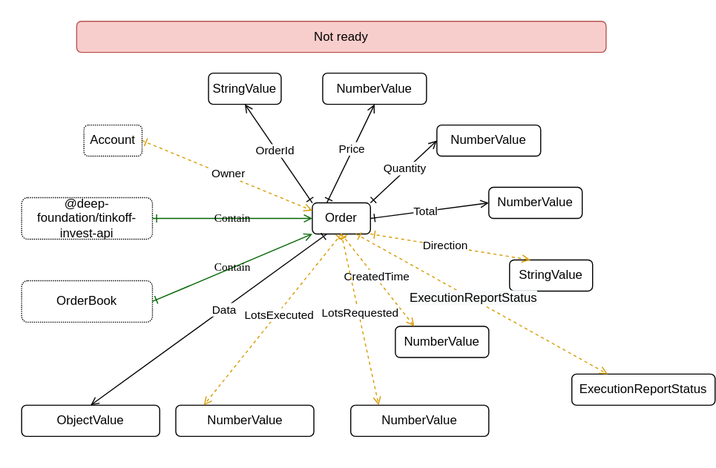
Earlier version of the draw.io export src/order/Order.drawio.svg (suenot/deep-tinkoff-invest-api). Source tidied: cells renumbered, new cells last; positions are measured from the earlier drawing's top-left corner, leaving out a move shared by most shapes.
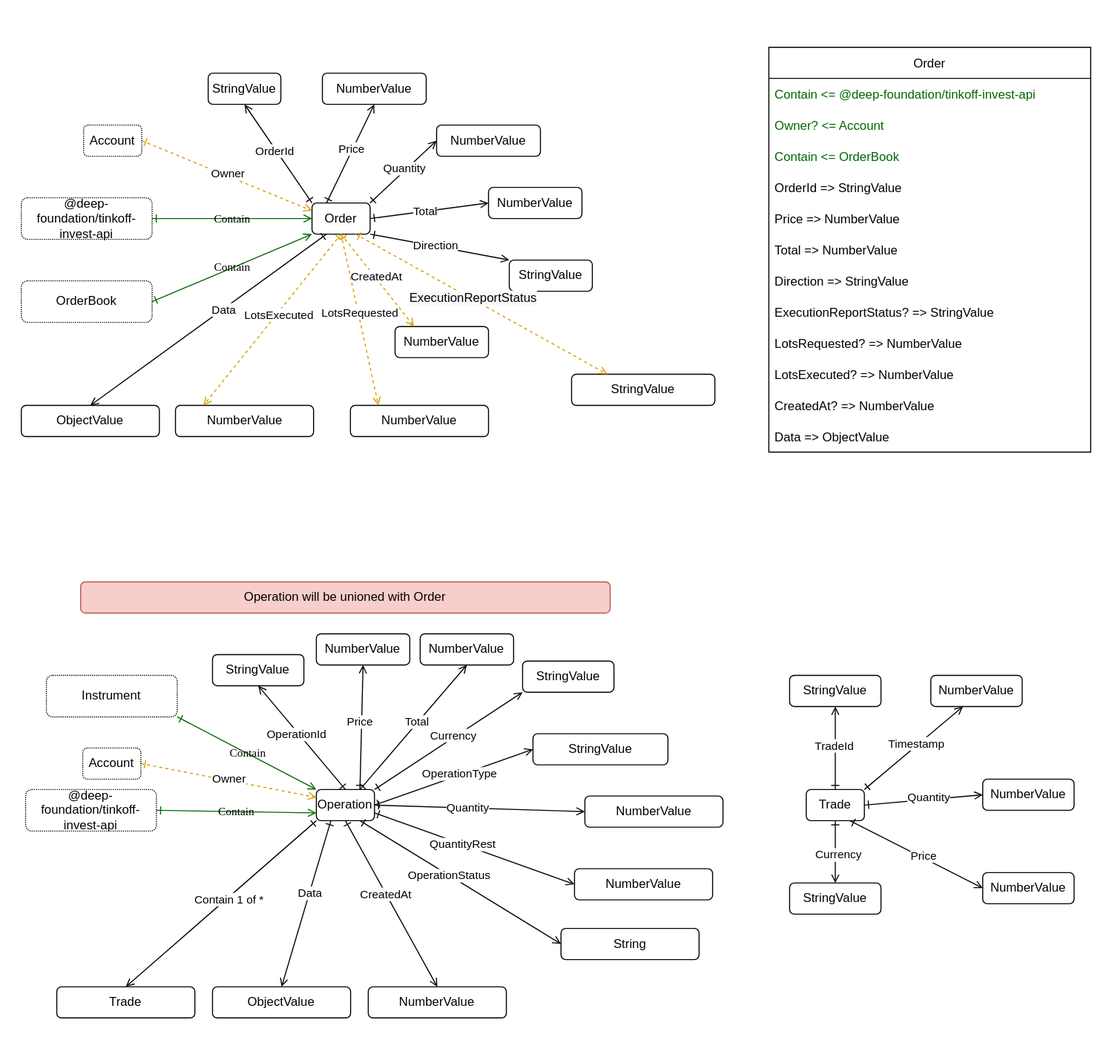
The same file after the commit.

The edit, as a diff of the source:
```diff
@@ -3,7 +3,7 @@
     <mxCell id="0" />
     <mxCell id="1" parent="0" />
     <mxCell id="2" style="rounded=0;whiteSpace=wrap;html=1;strokeColor=none;" parent="1" vertex="1">
-      <mxGeometry width="610" height="450" as="geometry" />
+      <mxGeometry width="1070" height="1020" as="geometry" />
     </mxCell>
     <mxCell id="3" style="edgeStyle=none;html=1;exitX=1;exitY=0;exitDx=0;exitDy=0;entryX=0;entryY=0.5;entryDx=0;entryDy=0;startArrow=ERone;startFill=0;endArrow=open;endFill=0;" parent="1" edge="1" source="5" target="6">
       <mxGeometry relative="1" as="geometry" />
@@ -29,7 +29,7 @@
     <mxCell id="10" value="StringValue" style="rounded=1;whiteSpace=wrap;html=1;labelBackgroundColor=none;" parent="1" vertex="1">
       <mxGeometry x="490" y="250" width="80" height="30" as="geometry" />
     </mxCell>
-    <mxCell id="11" style="edgeStyle=none;html=1;exitX=1;exitY=1;exitDx=0;exitDy=0;startArrow=ERone;startFill=0;entryX=0.25;entryY=0;entryDx=0;entryDy=0;endArrow=open;endFill=0;dashed=1;strokeColor=#D79B00;" parent="1" edge="1" source="5" target="10">
+    <mxCell id="11" style="edgeStyle=none;html=1;exitX=1;exitY=1;exitDx=0;exitDy=0;startArrow=ERone;startFill=0;entryX=0;entryY=0;entryDx=0;entryDy=0;endArrow=open;endFill=0;strokeColor=#000000;" parent="1" edge="1" source="5" target="10">
       <mxGeometry relative="1" as="geometry" />
     </mxCell>
     <mxCell id="12" value="Direction" style="edgeLabel;html=1;align=center;verticalAlign=middle;" parent="11" vertex="1">
@@ -65,7 +65,7 @@
     <mxCell id="22" style="edgeStyle=none;html=1;exitX=0.5;exitY=1;exitDx=0;exitDy=0;startArrow=ERone;startFill=0;entryX=0.203;entryY=0;entryDx=0;entryDy=0;endArrow=open;endFill=0;entryPerimeter=0;dashed=1;strokeColor=#D79B00;" parent="1" edge="1" source="5" target="21">
       <mxGeometry relative="1" as="geometry" />
     </mxCell>
-    <mxCell id="23" value="CreatedTime" style="edgeLabel;html=1;align=center;verticalAlign=middle;" parent="22" vertex="1">
+    <mxCell id="23" value="CreatedAt" style="edgeLabel;html=1;align=center;verticalAlign=middle;" parent="22" vertex="1">
       <mxGeometry x="-0.07" y="1" relative="1" as="geometry" />
     </mxCell>
     <mxCell id="24" value="OrderBook" style="rounded=1;whiteSpace=wrap;html=1;labelBackgroundColor=none;dashed=1;dashPattern=1 1;" parent="1" vertex="1">
@@ -101,8 +101,8 @@
     <mxCell id="34" value="LotsExecuted" style="edgeLabel;html=1;align=center;verticalAlign=middle;" parent="33" vertex="1">
       <mxGeometry x="-0.07" y="1" relative="1" as="geometry" />
     </mxCell>
-    <mxCell id="35" value="Not ready" style="rounded=1;whiteSpace=wrap;html=1;labelBackgroundColor=none;fillColor=#f8cecc;strokeColor=#b85450;" parent="1" vertex="1">
-      <mxGeometry x="73" y="20" width="510" height="30" as="geometry" />
+    <mxCell id="35" value="Operation will be unioned with Order" style="rounded=1;whiteSpace=wrap;html=1;labelBackgroundColor=none;fillColor=#f8cecc;strokeColor=#b85450;" parent="1" vertex="1">
+      <mxGeometry x="77.2" y="560" width="510" height="30" as="geometry" />
     </mxCell>
     <mxCell id="36" value="ObjectValue" style="rounded=1;whiteSpace=wrap;html=1;labelBackgroundColor=none;" parent="1" vertex="1">
       <mxGeometry x="20" y="390" width="133" height="30" as="geometry" />
@@ -113,7 +113,7 @@
     <mxCell id="38" value="Data" style="edgeLabel;html=1;align=center;verticalAlign=middle;" parent="37" vertex="1">
       <mxGeometry x="-0.12" relative="1" as="geometry" />
     </mxCell>
-    <mxCell id="39" value="ExecutionReportStatus" style="rounded=1;whiteSpace=wrap;html=1;labelBackgroundColor=none;" parent="1" vertex="1">
+    <mxCell id="39" value="StringValue" style="rounded=1;whiteSpace=wrap;html=1;labelBackgroundColor=none;" parent="1" vertex="1">
       <mxGeometry x="550" y="360" width="138" height="30" as="geometry" />
     </mxCell>
     <mxCell id="40" style="edgeStyle=none;html=1;exitX=0.75;exitY=1;exitDx=0;exitDy=0;startArrow=ERone;startFill=0;entryX=0.25;entryY=0;entryDx=0;entryDy=0;endArrow=open;endFill=0;dashed=1;strokeColor=#D79B00;" parent="1" edge="1" source="5" target="39">
@@ -122,5 +122,215 @@
     <mxCell id="41" value="&lt;span style=&quot;font-size: 12px ; background-color: rgb(248 , 249 , 250)&quot;&gt;ExecutionReportStatus&lt;/span&gt;" style="edgeLabel;html=1;align=center;verticalAlign=middle;" parent="40" vertex="1">
       <mxGeometry x="-0.07" y="1" relative="1" as="geometry" />
     </mxCell>
+    <mxCell id="42" style="edgeStyle=none;html=1;exitX=1;exitY=0.5;exitDx=0;exitDy=0;entryX=0;entryY=0.5;entryDx=0;entryDy=0;startArrow=ERone;startFill=0;endArrow=open;endFill=0;" parent="1" edge="1" source="44" target="45">
+      <mxGeometry relative="1" as="geometry" />
+    </mxCell>
+    <mxCell id="43" value="OperationType" style="edgeLabel;html=1;align=center;verticalAlign=middle;" parent="42" vertex="1">
+      <mxGeometry x="0.08" y="2" relative="1" as="geometry" />
+    </mxCell>
+    <mxCell id="44" value="Operation" style="rounded=1;whiteSpace=wrap;html=1;labelBackgroundColor=none;" parent="1" vertex="1">
+      <mxGeometry x="304.2" y="760" width="56" height="30" as="geometry" />
+    </mxCell>
+    <mxCell id="45" value="StringValue" style="rounded=1;whiteSpace=wrap;html=1;labelBackgroundColor=none;" parent="1" vertex="1">
+      <mxGeometry x="512.8" y="706.2" width="130" height="30" as="geometry" />
+    </mxCell>
+    <mxCell id="46" style="edgeStyle=none;html=1;exitX=1;exitY=0.5;exitDx=0;exitDy=0;startArrow=ERone;startFill=0;entryX=0;entryY=0.5;entryDx=0;entryDy=0;endArrow=open;endFill=0;" parent="1" edge="1" source="44" target="48">
+      <mxGeometry relative="1" as="geometry" />
+    </mxCell>
+    <mxCell id="47" value="Quantity" style="edgeLabel;html=1;align=center;verticalAlign=middle;" parent="46" vertex="1">
+      <mxGeometry x="-0.12" relative="1" as="geometry" />
+    </mxCell>
+    <mxCell id="48" value="NumberValue" style="rounded=1;whiteSpace=wrap;html=1;labelBackgroundColor=none;" parent="1" vertex="1">
+      <mxGeometry x="562.8" y="766.2" width="133" height="30" as="geometry" />
+    </mxCell>
+    <mxCell id="49" value="NumberValue" style="rounded=1;whiteSpace=wrap;html=1;labelBackgroundColor=none;" parent="1" vertex="1">
+      <mxGeometry x="552.8" y="836.2" width="133" height="30" as="geometry" />
+    </mxCell>
+    <mxCell id="50" style="edgeStyle=none;html=1;exitX=0.75;exitY=0;exitDx=0;exitDy=0;startArrow=ERone;startFill=0;endArrow=open;endFill=0;entryX=0.5;entryY=1;entryDx=0;entryDy=0;" parent="1" edge="1" source="44" target="52">
+      <mxGeometry relative="1" as="geometry" />
+    </mxCell>
+    <mxCell id="51" value="Price" style="edgeLabel;html=1;align=center;verticalAlign=middle;" parent="50" vertex="1">
+      <mxGeometry x="0.08" y="2" relative="1" as="geometry" />
+    </mxCell>
+    <mxCell id="52" value="NumberValue" style="rounded=1;whiteSpace=wrap;html=1;labelBackgroundColor=none;" parent="1" vertex="1">
+      <mxGeometry x="304.2" y="610" width="90" height="30" as="geometry" />
+    </mxCell>
+    <mxCell id="53" style="edgeStyle=none;html=1;exitX=1;exitY=0.5;exitDx=0;exitDy=0;startArrow=ERone;startFill=0;entryX=0;entryY=0.25;entryDx=0;entryDy=0;endArrow=open;endFill=0;dashed=1;strokeColor=#D79B00;" parent="1" edge="1" source="55" target="44">
+      <mxGeometry relative="1" as="geometry" />
+    </mxCell>
+    <mxCell id="54" value="Owner" style="edgeLabel;html=1;align=center;verticalAlign=middle;" parent="53" vertex="1">
+      <mxGeometry x="-0.01" y="2" relative="1" as="geometry" />
+    </mxCell>
+    <mxCell id="55" value="Account" style="rounded=1;whiteSpace=wrap;html=1;labelBackgroundColor=none;dashed=1;dashPattern=1 1;" parent="1" vertex="1">
+      <mxGeometry x="79.2" y="720" width="56" height="30" as="geometry" />
+    </mxCell>
+    <mxCell id="56" value="@deep-foundation/tinkoff-invest-api" style="rounded=1;whiteSpace=wrap;html=1;labelBackgroundColor=none;dashed=1;dashPattern=1 1;" parent="1" vertex="1">
+      <mxGeometry x="24.2" y="760" width="126" height="40" as="geometry" />
+    </mxCell>
+    <mxCell id="57" value="Contain" style="jettySize=auto;html=1;shadow=0;labelBackgroundColor=none;startArrow=ERone;startFill=0;endArrow=open;endFill=0;fontColor=#000000;fontFamily=Comic Sans MS;entryX=0;entryY=0.75;entryDx=0;entryDy=0;exitX=1;exitY=0.5;exitDx=0;exitDy=0;strokeColor=#006600;" parent="1" edge="1" source="56" target="44">
+      <mxGeometry relative="1" as="geometry" />
+    </mxCell>
+    <mxCell id="58" value="NumberValue" style="rounded=1;whiteSpace=wrap;html=1;labelBackgroundColor=none;" parent="1" vertex="1">
+      <mxGeometry x="354.2" y="950" width="133" height="30" as="geometry" />
+    </mxCell>
+    <mxCell id="59" value="Instrument" style="rounded=1;whiteSpace=wrap;html=1;labelBackgroundColor=none;dashed=1;dashPattern=1 1;" parent="1" vertex="1">
+      <mxGeometry x="44.2" y="650" width="126" height="40" as="geometry" />
+    </mxCell>
+    <mxCell id="60" value="Contain" style="jettySize=auto;html=1;shadow=0;labelBackgroundColor=none;startArrow=ERone;startFill=0;endArrow=open;endFill=0;fontColor=#000000;fontFamily=Comic Sans MS;entryX=0;entryY=0;entryDx=0;entryDy=0;exitX=1;exitY=1;exitDx=0;exitDy=0;strokeColor=#006600;" parent="1" edge="1" source="59" target="44">
+      <mxGeometry relative="1" as="geometry" />
+    </mxCell>
+    <mxCell id="61" style="edgeStyle=none;html=1;exitX=0.5;exitY=0;exitDx=0;exitDy=0;entryX=0.5;entryY=1;entryDx=0;entryDy=0;startArrow=ERone;startFill=0;endArrow=open;endFill=0;" parent="1" edge="1" source="44" target="63">
+      <mxGeometry relative="1" as="geometry" />
+    </mxCell>
+    <mxCell id="62" value="OperationId" style="edgeLabel;html=1;align=center;verticalAlign=middle;" parent="61" vertex="1">
+      <mxGeometry x="0.08" y="2" relative="1" as="geometry" />
+    </mxCell>
+    <mxCell id="63" value="StringValue" style="rounded=1;whiteSpace=wrap;html=1;labelBackgroundColor=none;" parent="1" vertex="1">
+      <mxGeometry x="204.2" y="630" width="88" height="30" as="geometry" />
+    </mxCell>
+    <mxCell id="64" value="Trade" style="rounded=1;whiteSpace=wrap;html=1;labelBackgroundColor=none;" parent="1" vertex="1">
+      <mxGeometry x="776" y="760" width="56" height="30" as="geometry" />
+    </mxCell>
+    <mxCell id="65" style="edgeStyle=none;html=1;exitX=0.5;exitY=0;exitDx=0;exitDy=0;entryX=0.5;entryY=1;entryDx=0;entryDy=0;startArrow=ERone;startFill=0;endArrow=open;endFill=0;" parent="1" edge="1" source="64" target="67">
+      <mxGeometry relative="1" as="geometry" />
+    </mxCell>
+    <mxCell id="66" value="TradeId" style="edgeLabel;html=1;align=center;verticalAlign=middle;" parent="65" vertex="1">
+      <mxGeometry x="0.08" y="2" relative="1" as="geometry" />
+    </mxCell>
+    <mxCell id="67" value="StringValue" style="rounded=1;whiteSpace=wrap;html=1;labelBackgroundColor=none;" parent="1" vertex="1">
+      <mxGeometry x="760" y="650" width="88" height="30" as="geometry" />
+    </mxCell>
+    <mxCell id="68" value="NumberValue" style="rounded=1;whiteSpace=wrap;html=1;labelBackgroundColor=none;" parent="1" vertex="1">
+      <mxGeometry x="896" y="650" width="88" height="30" as="geometry" />
+    </mxCell>
+    <mxCell id="69" style="edgeStyle=none;html=1;exitX=1;exitY=0;exitDx=0;exitDy=0;entryX=0.352;entryY=1;entryDx=0;entryDy=0;startArrow=ERone;startFill=0;endArrow=open;endFill=0;entryPerimeter=0;" parent="1" edge="1" source="64" target="68">
+      <mxGeometry relative="1" as="geometry" />
+    </mxCell>
+    <mxCell id="70" value="Timestamp" style="edgeLabel;html=1;align=center;verticalAlign=middle;" parent="69" vertex="1">
+      <mxGeometry x="0.08" y="2" relative="1" as="geometry" />
+    </mxCell>
+    <mxCell id="71" value="NumberValue" style="rounded=1;whiteSpace=wrap;html=1;labelBackgroundColor=none;" parent="1" vertex="1">
+      <mxGeometry x="946" y="750" width="88" height="30" as="geometry" />
+    </mxCell>
+    <mxCell id="72" style="edgeStyle=none;html=1;exitX=1;exitY=0.5;exitDx=0;exitDy=0;entryX=0;entryY=0.5;entryDx=0;entryDy=0;startArrow=ERone;startFill=0;endArrow=open;endFill=0;" parent="1" edge="1" source="64" target="71">
+      <mxGeometry relative="1" as="geometry" />
+    </mxCell>
+    <mxCell id="73" value="Quantity" style="edgeLabel;html=1;align=center;verticalAlign=middle;" parent="72" vertex="1">
+      <mxGeometry x="0.08" y="2" relative="1" as="geometry" />
+    </mxCell>
+    <mxCell id="74" value="NumberValue" style="rounded=1;whiteSpace=wrap;html=1;labelBackgroundColor=none;" parent="1" vertex="1">
+      <mxGeometry x="946" y="840" width="88" height="30" as="geometry" />
+    </mxCell>
+    <mxCell id="75" style="edgeStyle=none;html=1;exitX=0.75;exitY=1;exitDx=0;exitDy=0;entryX=0;entryY=0.5;entryDx=0;entryDy=0;startArrow=ERone;startFill=0;endArrow=open;endFill=0;" parent="1" edge="1" source="64" target="74">
+      <mxGeometry relative="1" as="geometry" />
+    </mxCell>
+    <mxCell id="76" value="Price" style="edgeLabel;html=1;align=center;verticalAlign=middle;" parent="75" vertex="1">
+      <mxGeometry x="0.08" y="2" relative="1" as="geometry" />
+    </mxCell>
+    <mxCell id="77" value="StringValue" style="rounded=1;whiteSpace=wrap;html=1;labelBackgroundColor=none;" parent="1" vertex="1">
+      <mxGeometry x="760" y="850" width="88" height="30" as="geometry" />
+    </mxCell>
+    <mxCell id="78" style="edgeStyle=none;html=1;exitX=0.5;exitY=1;exitDx=0;exitDy=0;entryX=0.5;entryY=0;entryDx=0;entryDy=0;startArrow=ERone;startFill=0;endArrow=open;endFill=0;" parent="1" edge="1" source="64" target="77">
+      <mxGeometry relative="1" as="geometry" />
+    </mxCell>
+    <mxCell id="79" value="Currency" style="edgeLabel;html=1;align=center;verticalAlign=middle;" parent="78" vertex="1">
+      <mxGeometry x="0.08" y="2" relative="1" as="geometry" />
+    </mxCell>
+    <mxCell id="80" value="StringValue" style="rounded=1;whiteSpace=wrap;html=1;labelBackgroundColor=none;" parent="1" vertex="1">
+      <mxGeometry x="502.8" y="636.2" width="88" height="30" as="geometry" />
+    </mxCell>
+    <mxCell id="81" style="edgeStyle=none;html=1;exitX=1;exitY=0;exitDx=0;exitDy=0;entryX=0;entryY=1;entryDx=0;entryDy=0;startArrow=ERone;startFill=0;endArrow=open;endFill=0;" parent="1" edge="1" source="44" target="80">
+      <mxGeometry relative="1" as="geometry" />
+    </mxCell>
+    <mxCell id="82" value="Currency" style="edgeLabel;html=1;align=center;verticalAlign=middle;" parent="81" vertex="1">
+      <mxGeometry x="0.08" y="2" relative="1" as="geometry" />
+    </mxCell>
+    <mxCell id="83" value="Trade" style="rounded=1;whiteSpace=wrap;html=1;labelBackgroundColor=none;" parent="1" vertex="1">
+      <mxGeometry x="54.2" y="950" width="133" height="30" as="geometry" />
+    </mxCell>
+    <mxCell id="84" style="edgeStyle=none;html=1;exitX=0;exitY=1;exitDx=0;exitDy=0;startArrow=ERone;startFill=0;entryX=0.5;entryY=0;entryDx=0;entryDy=0;endArrow=open;endFill=0;" parent="1" edge="1" source="44" target="83">
+      <mxGeometry relative="1" as="geometry" />
+    </mxCell>
+    <mxCell id="85" value="Contain 1 of *" style="edgeLabel;html=1;align=center;verticalAlign=middle;" parent="84" vertex="1">
+      <mxGeometry x="-0.07" y="1" relative="1" as="geometry" />
+    </mxCell>
+    <mxCell id="86" style="edgeStyle=none;html=1;exitX=1;exitY=0.75;exitDx=0;exitDy=0;startArrow=ERone;startFill=0;entryX=0;entryY=0.5;entryDx=0;entryDy=0;endArrow=open;endFill=0;" parent="1" edge="1" source="44" target="49">
+      <mxGeometry relative="1" as="geometry" />
+    </mxCell>
+    <mxCell id="87" value="QuantityRest" style="edgeLabel;html=1;align=center;verticalAlign=middle;" parent="86" vertex="1">
+      <mxGeometry x="-0.12" relative="1" as="geometry" />
+    </mxCell>
+    <mxCell id="88" value="String" style="rounded=1;whiteSpace=wrap;html=1;labelBackgroundColor=none;" parent="1" vertex="1">
+      <mxGeometry x="539.8" y="893.8" width="133" height="30" as="geometry" />
+    </mxCell>
+    <mxCell id="89" style="edgeStyle=none;html=1;exitX=0.75;exitY=1;exitDx=0;exitDy=0;startArrow=ERone;startFill=0;entryX=0;entryY=0.5;entryDx=0;entryDy=0;endArrow=open;endFill=0;" parent="1" edge="1" source="44" target="88">
+      <mxGeometry relative="1" as="geometry" />
+    </mxCell>
+    <mxCell id="90" value="OperationStatus" style="edgeLabel;html=1;align=center;verticalAlign=middle;" parent="89" vertex="1">
+      <mxGeometry x="-0.12" relative="1" as="geometry" />
+    </mxCell>
+    <mxCell id="91" value="NumberValue" style="rounded=1;whiteSpace=wrap;html=1;labelBackgroundColor=none;" parent="1" vertex="1">
+      <mxGeometry x="404.2" y="610" width="90" height="30" as="geometry" />
+    </mxCell>
+    <mxCell id="92" style="edgeStyle=none;html=1;exitX=0.75;exitY=0;exitDx=0;exitDy=0;startArrow=ERone;startFill=0;endArrow=open;endFill=0;entryX=0.5;entryY=1;entryDx=0;entryDy=0;" parent="1" edge="1" source="44" target="91">
+      <mxGeometry relative="1" as="geometry" />
+    </mxCell>
+    <mxCell id="93" value="Total" style="edgeLabel;html=1;align=center;verticalAlign=middle;" parent="92" vertex="1">
+      <mxGeometry x="0.08" y="2" relative="1" as="geometry" />
+    </mxCell>
+    <mxCell id="94" style="edgeStyle=none;html=1;exitX=0.5;exitY=1;exitDx=0;exitDy=0;startArrow=ERone;startFill=0;entryX=0.5;entryY=0;entryDx=0;entryDy=0;endArrow=open;endFill=0;" parent="1" edge="1" source="44" target="58">
+      <mxGeometry relative="1" as="geometry" />
+    </mxCell>
+    <mxCell id="95" value="CreatedAt" style="edgeLabel;html=1;align=center;verticalAlign=middle;" parent="94" vertex="1">
+      <mxGeometry x="-0.12" relative="1" as="geometry" />
+    </mxCell>
+    <mxCell id="96" value="ObjectValue" style="rounded=1;whiteSpace=wrap;html=1;labelBackgroundColor=none;" parent="1" vertex="1">
+      <mxGeometry x="204.2" y="950" width="133" height="30" as="geometry" />
+    </mxCell>
+    <mxCell id="97" style="edgeStyle=none;html=1;exitX=0.25;exitY=1;exitDx=0;exitDy=0;startArrow=ERone;startFill=0;entryX=0.5;entryY=0;entryDx=0;entryDy=0;endArrow=open;endFill=0;" parent="1" edge="1" source="44" target="96">
+      <mxGeometry relative="1" as="geometry" />
+    </mxCell>
+    <mxCell id="98" value="Data" style="edgeLabel;html=1;align=center;verticalAlign=middle;" parent="97" vertex="1">
+      <mxGeometry x="-0.12" relative="1" as="geometry" />
+    </mxCell>
+    <mxCell id="99" value="Order" style="swimlane;fontStyle=0;horizontal=1;startSize=30;" parent="1" vertex="1">
+      <mxGeometry x="740" y="45" width="310" height="390" as="geometry" />
+    </mxCell>
+    <mxCell id="100" value="Contain &lt;= @deep-foundation/tinkoff-invest-api" style="text;strokeColor=none;fillColor=none;align=left;verticalAlign=middle;spacingLeft=4;spacingRight=4;overflow=hidden;fontColor=#006600;" parent="99" vertex="1">
+      <mxGeometry y="30" width="310" height="30" as="geometry" />
+    </mxCell>
+    <mxCell id="101" value="Owner? &lt;= Account" style="text;strokeColor=none;fillColor=none;align=left;verticalAlign=middle;spacingLeft=4;spacingRight=4;overflow=hidden;fontColor=#006600;" parent="99" vertex="1">
+      <mxGeometry y="60" width="310" height="30" as="geometry" />
+    </mxCell>
+    <mxCell id="102" value="Contain &lt;= OrderBook" style="text;strokeColor=none;fillColor=none;align=left;verticalAlign=middle;spacingLeft=4;spacingRight=4;overflow=hidden;fontColor=#006600;" parent="99" vertex="1">
+      <mxGeometry y="90" width="310" height="30" as="geometry" />
+    </mxCell>
+    <mxCell id="103" value="OrderId =&gt; StringValue" style="text;strokeColor=none;fillColor=none;align=left;verticalAlign=middle;spacingLeft=4;spacingRight=4;overflow=hidden;" parent="99" vertex="1">
+      <mxGeometry y="120" width="310" height="30" as="geometry" />
+    </mxCell>
+    <mxCell id="104" value="Price =&gt; NumberValue" style="text;strokeColor=none;fillColor=none;align=left;verticalAlign=middle;spacingLeft=4;spacingRight=4;overflow=hidden;" parent="99" vertex="1">
+      <mxGeometry y="150" width="310" height="30" as="geometry" />
+    </mxCell>
+    <mxCell id="105" value="Total =&gt; NumberValue" style="text;strokeColor=none;fillColor=none;align=left;verticalAlign=middle;spacingLeft=4;spacingRight=4;overflow=hidden;" parent="99" vertex="1">
+      <mxGeometry y="180" width="310" height="30" as="geometry" />
+    </mxCell>
+    <mxCell id="106" value="Direction =&gt; StringValue" style="text;strokeColor=none;fillColor=none;align=left;verticalAlign=middle;spacingLeft=4;spacingRight=4;overflow=hidden;" parent="99" vertex="1">
+      <mxGeometry y="210" width="310" height="30" as="geometry" />
+    </mxCell>
+    <mxCell id="107" value="ExecutionReportStatus? =&gt; StringValue" style="text;strokeColor=none;fillColor=none;align=left;verticalAlign=middle;spacingLeft=4;spacingRight=4;overflow=hidden;" parent="99" vertex="1">
+      <mxGeometry y="240" width="310" height="30" as="geometry" />
+    </mxCell>
+    <mxCell id="108" value="LotsRequested? =&gt; NumberValue" style="text;strokeColor=none;fillColor=none;align=left;verticalAlign=middle;spacingLeft=4;spacingRight=4;overflow=hidden;" parent="99" vertex="1">
+      <mxGeometry y="270" width="310" height="30" as="geometry" />
+    </mxCell>
+    <mxCell id="109" value="LotsExecuted? =&gt; NumberValue" style="text;strokeColor=none;fillColor=none;align=left;verticalAlign=middle;spacingLeft=4;spacingRight=4;overflow=hidden;" parent="99" vertex="1">
+      <mxGeometry y="300" width="310" height="30" as="geometry" />
+    </mxCell>
+    <mxCell id="110" value="CreatedAt? =&gt; NumberValue" style="text;strokeColor=none;fillColor=none;align=left;verticalAlign=middle;spacingLeft=4;spacingRight=4;overflow=hidden;" parent="99" vertex="1">
+      <mxGeometry y="330" width="310" height="30" as="geometry" />
+    </mxCell>
+    <mxCell id="111" value="Data =&gt; ObjectValue" style="text;strokeColor=none;fillColor=none;align=left;verticalAlign=middle;spacingLeft=4;spacingRight=4;overflow=hidden;" parent="99" vertex="1">
+      <mxGeometry y="360" width="310" height="30" as="geometry" />
+    </mxCell>
   </root>
 </mxGraphModel>
```
